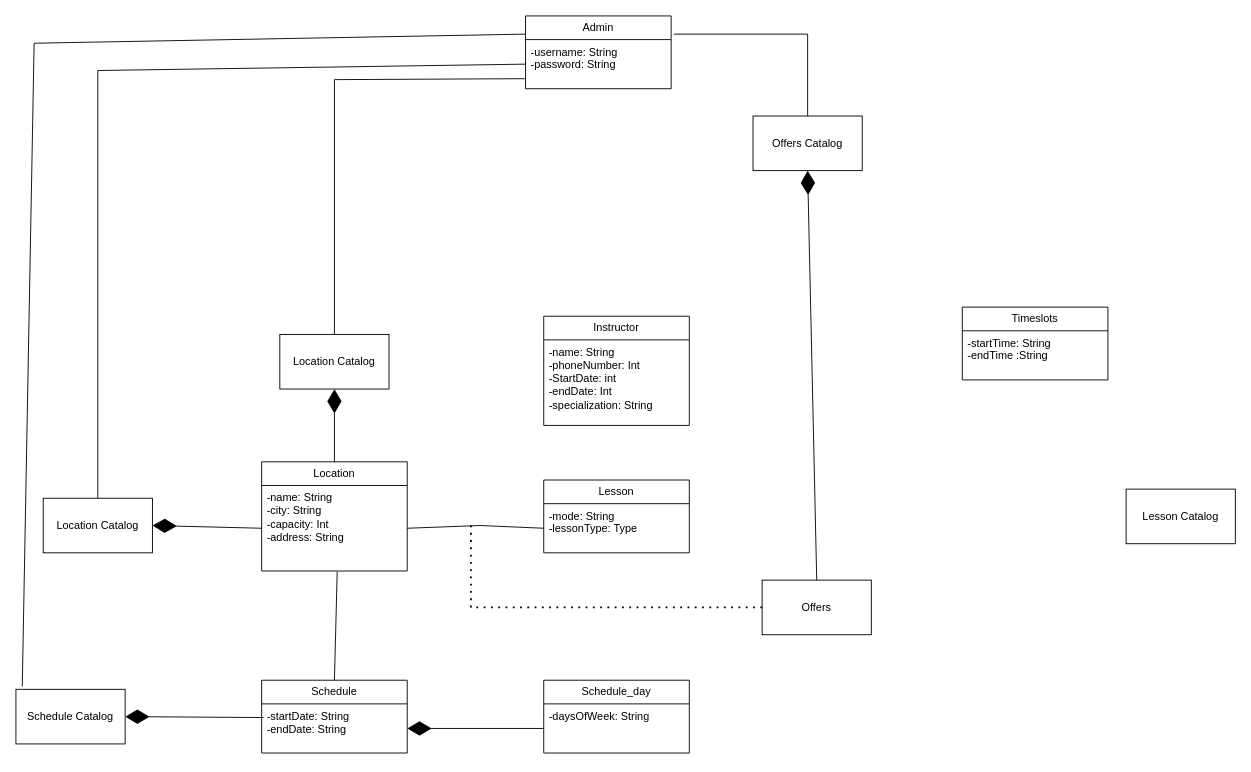
Before: Diagrams/DomainModel.drawio in JeremyCrete/Soen342-JeremyCrete-DominicEmond, a draw.io diagram. Source tidied: cells renumbered, new cells numbered last; positions are measured from the earlier drawing's top-left corner, leaving out a move shared by most shapes. Both pictures are drawn from the tidied source at 91%, with x=0, y=0 at pixel (15, 15).
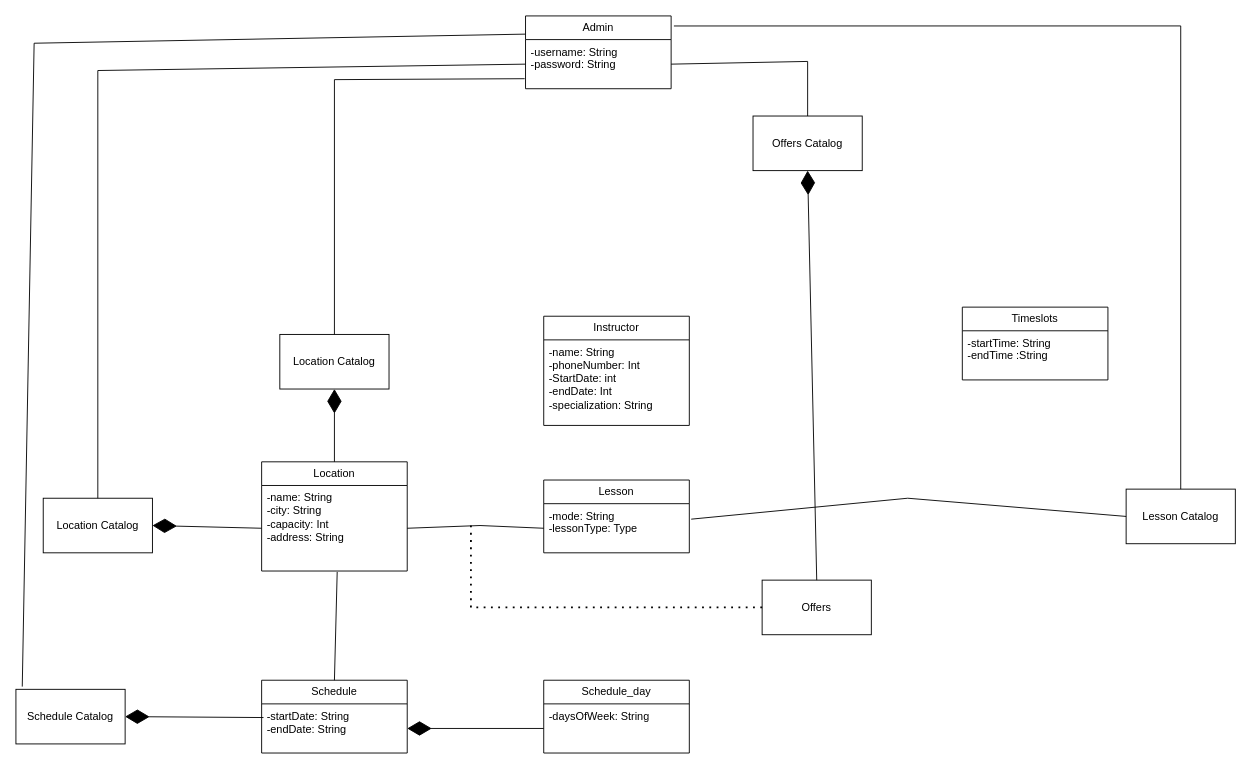
Above is the later version.

Unchanged cells that the change refers to:
```xml
<mxCell id="2" value="Admin" style="swimlane;fontStyle=0;horizontal=1;startSize=26;fillColor=none;whiteSpace=wrap;html=1;" parent="1" vertex="1">
  <mxGeometry x="560" width="160" height="80" as="geometry" />
</mxCell>
<mxCell id="3" value="-username: String&lt;div&gt;-password: String&lt;/div&gt;" style="text;strokeColor=none;fillColor=none;align=left;verticalAlign=top;spacingLeft=4;spacingRight=4;overflow=hidden;points=[[0,0.5],[1,0.5]];portConstraint=eastwest;whiteSpace=wrap;html=1;" parent="2" vertex="1">
  <mxGeometry y="26" width="160" height="54" as="geometry" />
</mxCell>
<mxCell id="7" value="-mode: String&lt;div&gt;-lessonType: Type&lt;/div&gt;" style="text;strokeColor=none;fillColor=none;align=left;verticalAlign=top;spacingLeft=4;spacingRight=4;overflow=hidden;points=[[0,0.5],[1,0.5]];portConstraint=eastwest;whiteSpace=wrap;html=1;" parent="6" vertex="1">
  <mxGeometry y="26" width="160" height="54" as="geometry" />
</mxCell>
<mxCell id="25" value="Lesson Catalog" style="rounded=0;whiteSpace=wrap;html=1;" parent="1" vertex="1">
  <mxGeometry x="1220" y="520" width="120" height="60" as="geometry" />
</mxCell>
<mxCell id="28" value="Offers Catalog" style="rounded=0;whiteSpace=wrap;html=1;" parent="1" vertex="1">
  <mxGeometry x="810" y="110" width="120" height="60" as="geometry" />
</mxCell>
```

The edit, as a diff of the source:
```diff
@@
-    <mxCell id="33" style="endArrow=none;html=1;rounded=0;exitX=0.5;exitY=0;exitDx=0;exitDy=0;" parent="1" edge="1" source="28">
+    <mxCell id="33" style="endArrow=none;html=1;rounded=0;exitX=0.5;exitY=0;exitDx=0;exitDy=0;entryX=1;entryY=0.5;entryDx=0;entryDy=0;" parent="1" edge="1" source="28" target="3">
       <mxGeometry relative="1" as="geometry">
-        <mxPoint x="723" y="20" as="targetPoint" />
         <Array as="points">
-          <mxPoint x="870" y="20" />
+          <mxPoint x="870" y="50" />
         </Array>
       </mxGeometry>
     </mxCell>
+    <mxCell id="34" style="endArrow=none;html=1;rounded=0;exitX=1.013;exitY=0.315;exitDx=0;exitDy=0;exitPerimeter=0;entryX=0;entryY=0.5;entryDx=0;entryDy=0;" parent="1" edge="1" source="7" target="25">
+      <mxGeometry relative="1" as="geometry">
+        <Array as="points">
+          <mxPoint x="980" y="530" />
+        </Array>
+      </mxGeometry>
+    </mxCell>
+    <mxCell id="35" style="endArrow=none;html=1;rounded=0;exitX=0.5;exitY=0;exitDx=0;exitDy=0;entryX=1.019;entryY=0.138;entryDx=0;entryDy=0;entryPerimeter=0;" parent="1" edge="1" source="25" target="2">
+      <mxGeometry relative="1" as="geometry">
+        <Array as="points">
+          <mxPoint x="1280" y="11" />
+        </Array>
+      </mxGeometry>
+    </mxCell>
```
